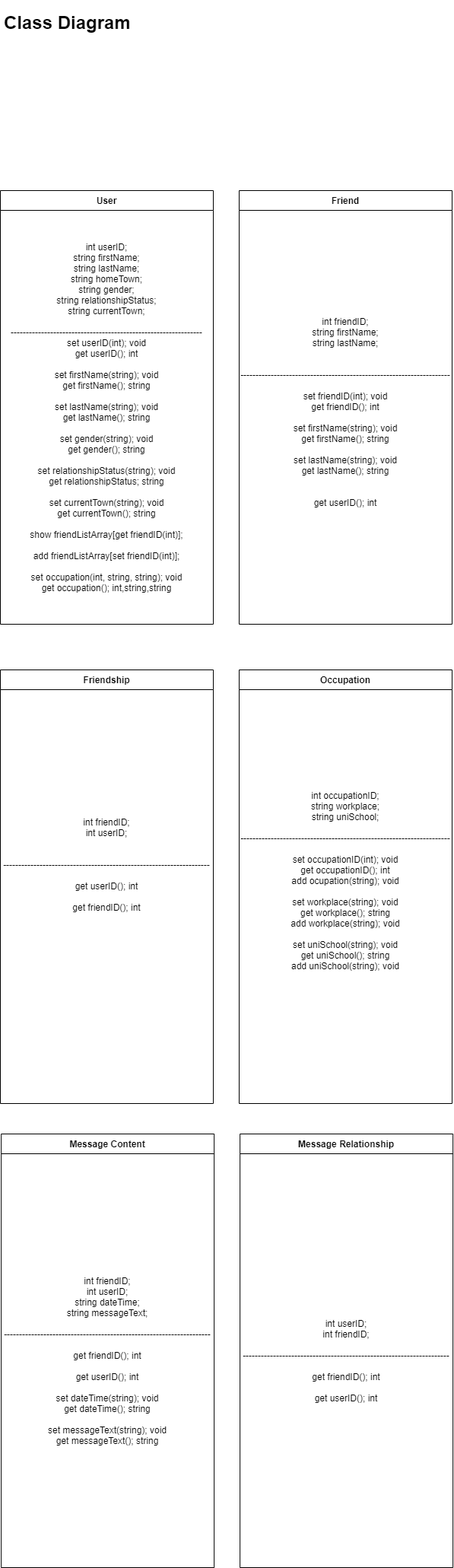
The draw.io diagram Class Diagram.png in mriley-wallace/ISAD157-A-D-Project, before a commit. Source tidied: cells renumbered, new cells last; positions are measured from the earlier drawing's top-left corner, leaving out a move shared by most shapes.
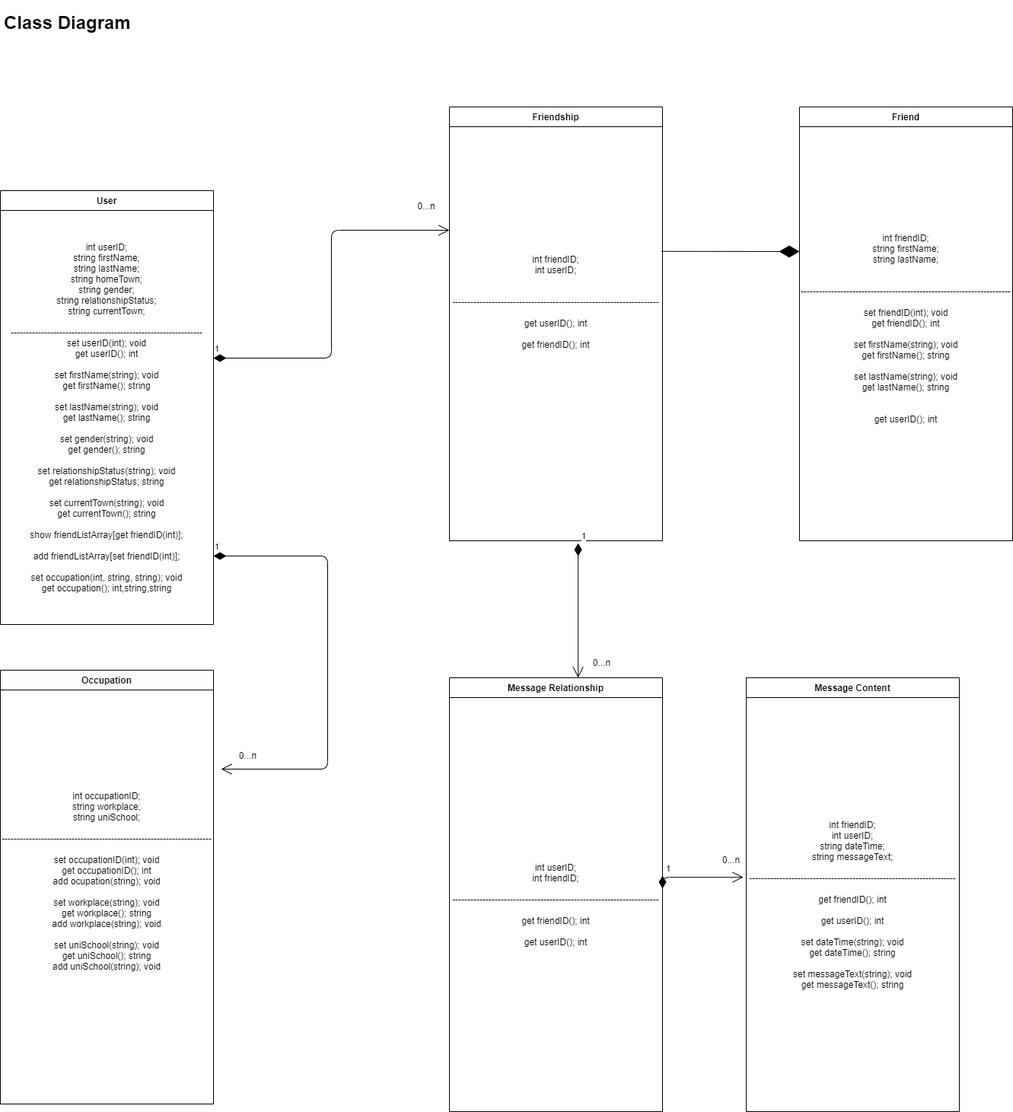
After the commit.

Commit message:
Update 0.3b class diagram update

big change to class diagram to make it more understandable

What changed in the source:
```diff
@@ -8,38 +8,80 @@
     <mxCell id="3" value="int userID;&lt;br&gt;string firstName;&lt;br&gt;string lastName;&lt;br&gt;string homeTown;&lt;br&gt;string gender;&lt;br&gt;string relationshipStatus;&lt;br&gt;string currentTown;&lt;br&gt;&lt;br&gt;---------------------------------------------------------------&lt;br&gt;set userID(int); void&lt;br&gt;get userID(); int&lt;br&gt;&lt;br&gt;set firstName(string); void&lt;br&gt;get firstName(); string&lt;br&gt;&lt;br&gt;set lastName(string); void&lt;br&gt;get lastName(); string&lt;br&gt;&lt;br&gt;set gender(string); void&lt;br&gt;get gender(); string&lt;br&gt;&lt;br&gt;set relationshipStatus(string); void&lt;br&gt;get relationshipStatus; string&lt;br&gt;&lt;br&gt;set currentTown(string); void&lt;br&gt;get currentTown(); string&lt;br&gt;&lt;br&gt;show friendListArray[get friendID(int)];&lt;br&gt;&lt;br&gt;add friendListArray[set friendID(int)];&lt;br&gt;&lt;br&gt;set occupation(int, string, string); void&lt;br&gt;get occupation(); int,string,string" style="text;html=1;strokeColor=none;fillColor=none;align=center;verticalAlign=middle;whiteSpace=wrap;rounded=0;" parent="2" vertex="1">
       <mxGeometry y="26" width="280" height="544" as="geometry" />
     </mxCell>
+    <mxCell id="8" value="&lt;h1&gt;Class Diagram&lt;/h1&gt;" style="text;html=1;strokeColor=none;fillColor=none;spacing=5;spacingTop=-20;whiteSpace=wrap;overflow=hidden;rounded=0;" parent="1" vertex="1">
+      <mxGeometry width="190" height="120" as="geometry" />
+    </mxCell>
     <mxCell id="4" value="Friend" style="swimlane;fontStyle=1;horizontal=1;startSize=26;rounded=0;shadow=0;strokeWidth=1;" parent="1" vertex="1">
-      <mxGeometry x="314" y="240" width="280" height="570" as="geometry" />
+      <mxGeometry x="1050" y="130" width="280" height="570" as="geometry" />
     </mxCell>
     <mxCell id="5" value="int friendID;&lt;br&gt;string firstName;&lt;br&gt;string lastName;&lt;br&gt;&lt;br&gt;&lt;br&gt;---------------------------------------------------------------------&lt;br&gt;&lt;br&gt;set friendID(int); void&lt;br&gt;get friendID(); int&lt;br&gt;&lt;br&gt;set firstName(string); void&lt;br&gt;get firstName(); string&lt;br&gt;&lt;br&gt;set lastName(string); void&lt;br&gt;get lastName(); string&lt;br&gt;&lt;br&gt;&lt;br&gt;get userID(); int&lt;br&gt;&lt;br&gt;" style="text;html=1;strokeColor=none;fillColor=none;align=center;verticalAlign=middle;whiteSpace=wrap;rounded=0;" parent="4" vertex="1">
       <mxGeometry y="26" width="280" height="544" as="geometry" />
     </mxCell>
     <mxCell id="6" value="Friendship" style="swimlane;fontStyle=1;horizontal=1;startSize=26;rounded=0;shadow=0;strokeWidth=1;" parent="1" vertex="1">
-      <mxGeometry y="870" width="280" height="570" as="geometry" />
+      <mxGeometry x="590" y="130" width="280" height="570" as="geometry" />
     </mxCell>
     <mxCell id="7" value="int friendID;&lt;br&gt;int userID;&lt;br&gt;&lt;br&gt;&lt;br&gt;--------------------------------------------------------------------&lt;br&gt;&lt;br&gt;get userID(); int&lt;br&gt;&lt;br&gt;get friendID(); int&lt;br&gt;&lt;br&gt;&lt;br&gt;&lt;br&gt;&lt;br&gt;&lt;br&gt;&lt;br&gt;" style="text;html=1;strokeColor=none;fillColor=none;align=center;verticalAlign=middle;whiteSpace=wrap;rounded=0;" parent="6" vertex="1">
       <mxGeometry y="26" width="280" height="544" as="geometry" />
     </mxCell>
-    <mxCell id="8" value="&lt;h1&gt;Class Diagram&lt;/h1&gt;" style="text;html=1;strokeColor=none;fillColor=none;spacing=5;spacingTop=-20;whiteSpace=wrap;overflow=hidden;rounded=0;" parent="1" vertex="1">
-      <mxGeometry width="190" height="120" as="geometry" />
-    </mxCell>
     <mxCell id="9" value="Occupation" style="swimlane;fontStyle=1;horizontal=1;startSize=26;rounded=0;shadow=0;strokeWidth=1;" parent="1" vertex="1">
-      <mxGeometry x="314" y="870" width="280" height="570" as="geometry" />
+      <mxGeometry y="870" width="280" height="570" as="geometry" />
     </mxCell>
     <mxCell id="10" value="int occupationID;&lt;br&gt;string workplace;&lt;br&gt;string uniSchool;&lt;br&gt;&lt;br&gt;---------------------------------------------------------------------&lt;br&gt;&lt;br&gt;set occupationID(int); void&lt;br&gt;get occupationID(); int&lt;br&gt;add ocupation(string); void&lt;br&gt;&lt;br&gt;set workplace(string); void&lt;br&gt;get workplace(); string&lt;br&gt;add workplace(string); void&lt;br&gt;&lt;br&gt;set uniSchool(string); void&lt;br&gt;get uniSchool(); string&lt;br&gt;add uniSchool(string); void&lt;br&gt;&lt;br&gt;&lt;br&gt;&lt;br&gt;" style="text;html=1;strokeColor=none;fillColor=none;align=center;verticalAlign=middle;whiteSpace=wrap;rounded=0;" parent="9" vertex="1">
       <mxGeometry y="26" width="280" height="544" as="geometry" />
     </mxCell>
-    <mxCell id="11" value="Message Content" style="swimlane;fontStyle=1;horizontal=1;startSize=26;rounded=0;shadow=0;strokeWidth=1;" parent="1" vertex="1">
-      <mxGeometry x="1.1" y="1480" width="280" height="570" as="geometry" />
-    </mxCell>
-    <mxCell id="12" value="int friendID;&lt;br&gt;int userID;&lt;br&gt;string dateTime;&lt;br&gt;string messageText;&lt;br&gt;&lt;br&gt;--------------------------------------------------------------------&lt;br&gt;&lt;br&gt;get friendID(); int&lt;br&gt;&lt;br&gt;get userID(); int&lt;br&gt;&lt;br&gt;set dateTime(string); void&lt;br&gt;get dateTime(); string&lt;br&gt;&lt;br&gt;set messageText(string); void&lt;br&gt;get messageText(); string" style="text;html=1;strokeColor=none;fillColor=none;align=center;verticalAlign=middle;whiteSpace=wrap;rounded=0;" parent="11" vertex="1">
-      <mxGeometry y="26" width="280" height="544" as="geometry" />
-    </mxCell>
     <mxCell id="13" value="Message Relationship" style="swimlane;fontStyle=1;horizontal=1;startSize=26;rounded=0;shadow=0;strokeWidth=1;" parent="1" vertex="1">
-      <mxGeometry x="315.1" y="1480" width="280" height="570" as="geometry" />
+      <mxGeometry x="590" y="880" width="280" height="570" as="geometry" />
     </mxCell>
     <mxCell id="14" value="int userID;&lt;br&gt;int friendID;&lt;br&gt;&lt;br&gt;--------------------------------------------------------------------&lt;br&gt;&lt;br&gt;get friendID(); int&lt;br&gt;&lt;br&gt;get userID(); int" style="text;html=1;strokeColor=none;fillColor=none;align=center;verticalAlign=middle;whiteSpace=wrap;rounded=0;" parent="13" vertex="1">
       <mxGeometry y="26" width="280" height="544" as="geometry" />
     </mxCell>
+    <mxCell id="11" value="Message Content" style="swimlane;fontStyle=1;horizontal=1;startSize=26;rounded=0;shadow=0;strokeWidth=1;" parent="1" vertex="1">
+      <mxGeometry x="980" y="880" width="280" height="570" as="geometry" />
+    </mxCell>
+    <mxCell id="15" value="1" style="endArrow=open;html=1;endSize=12;startArrow=diamondThin;startSize=14;startFill=1;edgeStyle=orthogonalEdgeStyle;align=left;verticalAlign=bottom;entryX=-0.014;entryY=0.434;entryDx=0;entryDy=0;entryPerimeter=0;" parent="11" edge="1" target="12">
+      <mxGeometry x="-1" y="3" relative="1" as="geometry">
+        <mxPoint x="-110" y="260" as="sourcePoint" />
+        <Array as="points">
+          <mxPoint x="-110" y="262" />
+        </Array>
+      </mxGeometry>
+    </mxCell>
+    <mxCell id="12" value="int friendID;&lt;br&gt;int userID;&lt;br&gt;string dateTime;&lt;br&gt;string messageText;&lt;br&gt;&lt;br&gt;--------------------------------------------------------------------&lt;br&gt;&lt;br&gt;get friendID(); int&lt;br&gt;&lt;br&gt;get userID(); int&lt;br&gt;&lt;br&gt;set dateTime(string); void&lt;br&gt;get dateTime(); string&lt;br&gt;&lt;br&gt;set messageText(string); void&lt;br&gt;get messageText(); string" style="text;html=1;strokeColor=none;fillColor=none;align=center;verticalAlign=middle;whiteSpace=wrap;rounded=0;" parent="11" vertex="1">
+      <mxGeometry y="26" width="280" height="544" as="geometry" />
+    </mxCell>
+    <mxCell id="16" value="1" style="endArrow=open;html=1;endSize=12;startArrow=diamondThin;startSize=14;startFill=1;edgeStyle=orthogonalEdgeStyle;align=left;verticalAlign=bottom;entryX=0;entryY=0.25;entryDx=0;entryDy=0;" parent="1" edge="1" target="7">
+      <mxGeometry x="-1" y="3" relative="1" as="geometry">
+        <mxPoint x="280" y="460" as="sourcePoint" />
+      </mxGeometry>
+    </mxCell>
+    <mxCell id="17" value="1" style="endArrow=open;html=1;endSize=12;startArrow=diamondThin;startSize=14;startFill=1;edgeStyle=orthogonalEdgeStyle;align=left;verticalAlign=bottom;" parent="1" edge="1">
+      <mxGeometry x="-1" y="3" relative="1" as="geometry">
+        <mxPoint x="280" y="720" as="sourcePoint" />
+        <mxPoint x="290" y="1000" as="targetPoint" />
+        <Array as="points">
+          <mxPoint x="430" y="720" />
+        </Array>
+      </mxGeometry>
+    </mxCell>
+    <mxCell id="18" value="1" style="endArrow=open;html=1;endSize=12;startArrow=diamondThin;startSize=14;startFill=1;edgeStyle=orthogonalEdgeStyle;align=left;verticalAlign=bottom;exitX=0.604;exitY=1.006;exitDx=0;exitDy=0;exitPerimeter=0;entryX=0.604;entryY=0;entryDx=0;entryDy=0;entryPerimeter=0;" parent="1" edge="1" source="7" target="13">
+      <mxGeometry x="-1" y="3" relative="1" as="geometry" />
+    </mxCell>
+    <mxCell id="19" style="endArrow=diamondThin;endFill=1;endSize=24;html=1;exitX=0.996;exitY=0.301;exitDx=0;exitDy=0;exitPerimeter=0;" parent="1" edge="1" source="7">
+      <mxGeometry relative="1" as="geometry">
+        <mxPoint x="1050" y="320" as="targetPoint" />
+      </mxGeometry>
+    </mxCell>
+    <mxCell id="20" value="0...n" style="text;html=1;strokeColor=none;fillColor=none;align=center;verticalAlign=middle;whiteSpace=wrap;rounded=0;" parent="1" vertex="1">
+      <mxGeometry x="540" y="250" width="40" height="20" as="geometry" />
+    </mxCell>
+    <mxCell id="21" value="&lt;span style=&quot;white-space: normal&quot;&gt;0...n&lt;/span&gt;" style="text;html=1;align=center;verticalAlign=middle;" parent="1" vertex="1">
+      <mxGeometry x="305" y="972" width="40" height="20" as="geometry" />
+    </mxCell>
+    <mxCell id="22" value="&lt;span style=&quot;white-space: normal&quot;&gt;0...n&lt;/span&gt;" style="text;html=1;align=center;verticalAlign=middle;" parent="1" vertex="1">
+      <mxGeometry x="770" y="850" width="40" height="20" as="geometry" />
+    </mxCell>
+    <mxCell id="23" value="&lt;span style=&quot;white-space: normal&quot;&gt;0...n&lt;/span&gt;" style="text;html=1;align=center;verticalAlign=middle;" parent="1" vertex="1">
+      <mxGeometry x="940" y="1109" width="40" height="20" as="geometry" />
+    </mxCell>
   </root>
 </mxGraphModel>
```
